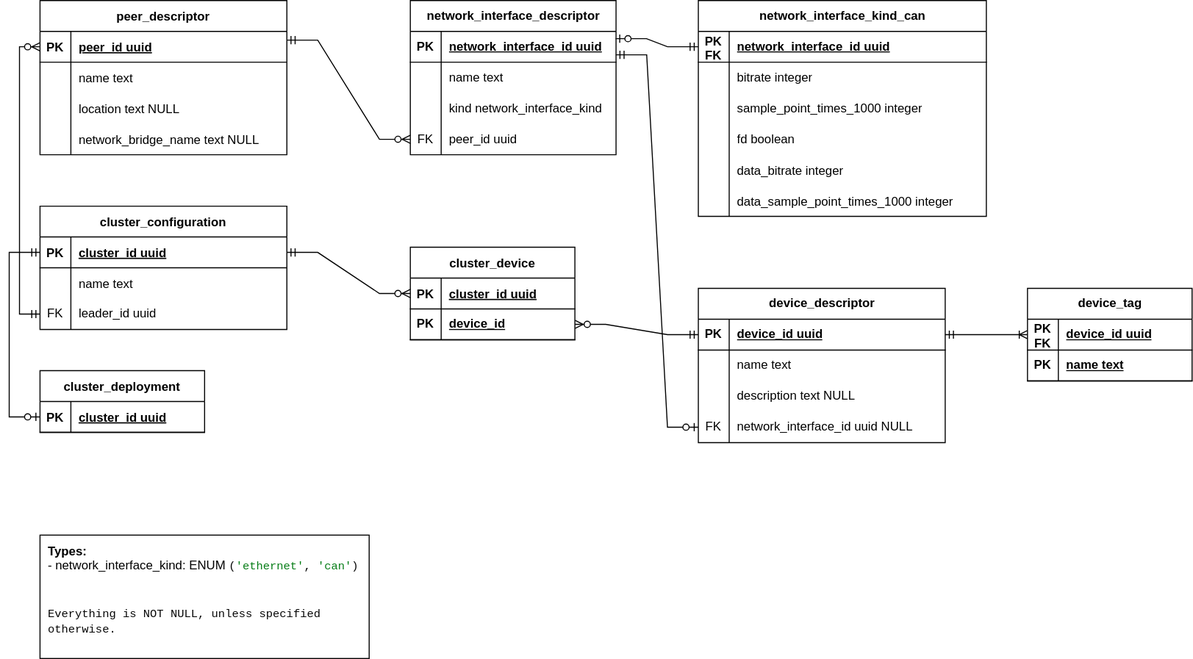
Earlier version of the draw.io export doc/src/architecture/carl/img/database-schema.svg (eclipse-opendut/opendut). Source tidied: cells renumbered, new cells last; positions are measured from the earlier drawing's top-left corner, leaving out a move shared by most shapes.
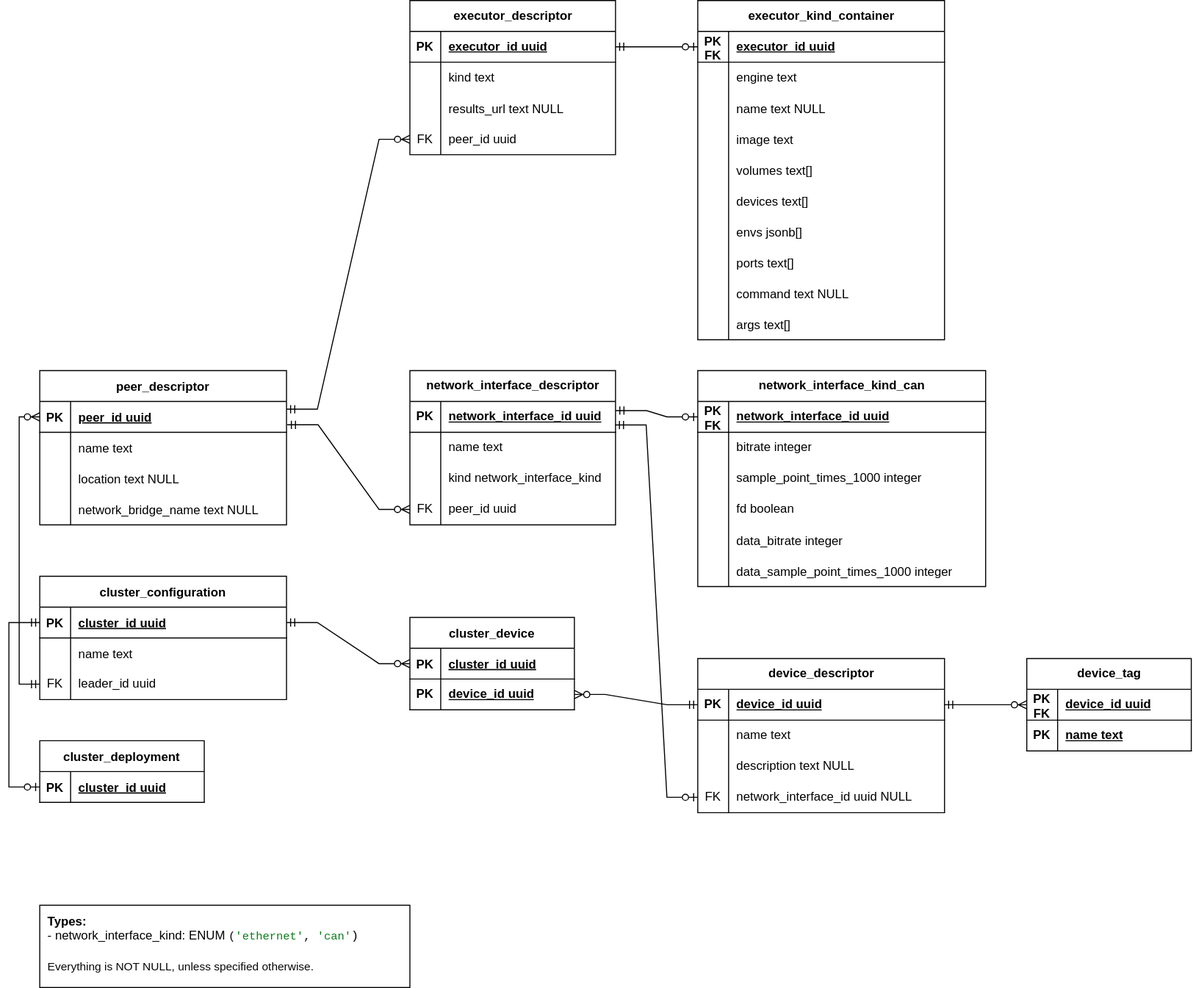
After the change.

The edit, as a diff of the source:
```diff
@@ -80,7 +80,7 @@
     <mxCell id="27" value="peer_id uuid" style="shape=partialRectangle;fillColor=none;top=0;left=0;bottom=0;right=0;align=left;spacingLeft=6;fontStyle=0;overflow=hidden;whiteSpace=wrap;html=1;" parent="25" vertex="1">
       <mxGeometry x="30" width="170" height="30" as="geometry" />
     </mxCell>
-    <mxCell id="28" style="edgeStyle=entityRelationEdgeStyle;fontSize=12;html=1;endArrow=ERzeroToMany;startArrow=ERmandOne;rounded=0;entryX=0;entryY=0.5;entryDx=0;entryDy=0;exitX=1;exitY=0.285;exitDx=0;exitDy=0;exitPerimeter=0;" parent="1" edge="1" source="3" target="25">
+    <mxCell id="28" style="edgeStyle=entityRelationEdgeStyle;fontSize=12;html=1;endArrow=ERzeroToMany;startArrow=ERmandOne;rounded=0;entryX=0;entryY=0.5;entryDx=0;entryDy=0;exitX=1.003;exitY=0.757;exitDx=0;exitDy=0;exitPerimeter=0;" parent="1" edge="1" source="3" target="25">
       <mxGeometry relative="1" as="geometry" />
     </mxCell>
     <mxCell id="29" value="network_interface_kind_can" style="shape=table;startSize=30;rowLines=0;fontStyle=1;align=center;html=1;" parent="1" vertex="1">
@@ -140,11 +140,11 @@
     <mxCell id="47" value="data_sample_point_times_1000 integer" style="shape=partialRectangle;fillColor=none;top=0;left=0;bottom=0;right=0;align=left;spacingLeft=6;overflow=hidden;" parent="45" vertex="1">
       <mxGeometry x="30" width="250" height="30" as="geometry" />
     </mxCell>
-    <mxCell id="48" style="edgeStyle=entityRelationEdgeStyle;fontSize=12;html=1;endArrow=ERzeroToOne;startArrow=ERmandOne;rounded=0;exitX=0;exitY=0.5;exitDx=0;exitDy=0;entryX=0.998;entryY=0.237;entryDx=0;entryDy=0;entryPerimeter=0;" parent="1" edge="1" source="30" target="16">
+    <mxCell id="48" style="edgeStyle=entityRelationEdgeStyle;fontSize=12;html=1;endArrow=ERzeroToOne;startArrow=ERmandOne;rounded=0;exitX=1.001;exitY=0.296;exitDx=0;exitDy=0;entryX=0;entryY=0.5;entryDx=0;entryDy=0;exitPerimeter=0;" parent="1" edge="1" source="16" target="30">
       <mxGeometry relative="1" as="geometry" />
     </mxCell>
-    <mxCell id="49" value="&lt;b&gt;Types:&lt;/b&gt;&lt;br&gt;- network_interface_kind:&amp;nbsp;ENUM &lt;span style=&quot;font-family: &amp;quot;Fira Code&amp;quot;, monospace; font-size: 8.3pt; background-color: rgb(255, 255, 255); color: rgb(8, 8, 8);&quot;&gt;(&lt;/span&gt;&lt;span style=&quot;font-family: &amp;quot;Fira Code&amp;quot;, monospace; font-size: 8.3pt; background-color: rgb(255, 255, 255); color: rgb(6, 125, 23);&quot;&gt;'ethernet'&lt;/span&gt;&lt;span style=&quot;font-family: &amp;quot;Fira Code&amp;quot;, monospace; font-size: 8.3pt; background-color: rgb(255, 255, 255); color: rgb(8, 8, 8);&quot;&gt;, &lt;/span&gt;&lt;span style=&quot;font-family: &amp;quot;Fira Code&amp;quot;, monospace; font-size: 8.3pt; background-color: rgb(255, 255, 255); color: rgb(6, 125, 23);&quot;&gt;'can'&lt;/span&gt;&lt;span style=&quot;font-family: &amp;quot;Fira Code&amp;quot;, monospace; font-size: 8.3pt; background-color: rgb(255, 255, 255); color: rgb(8, 8, 8);&quot;&gt;)&lt;br&gt;&lt;br&gt;&lt;br&gt;Everything is NOT NULL, unless specified otherwise.&lt;br&gt;&lt;/span&gt;" style="text;html=1;strokeColor=default;fillColor=none;align=left;verticalAlign=top;whiteSpace=wrap;rounded=0;spacing=4;spacingTop=0;spacingBottom=0;horizontal=1;spacingLeft=4;glass=0;shadow=0;" parent="1" vertex="1">
-      <mxGeometry x="30" y="520" width="320" height="120" as="geometry" />
+    <mxCell id="49" value="&lt;b&gt;Types:&lt;/b&gt;&lt;br&gt;- network_interface_kind:&amp;nbsp;ENUM &lt;font face=&quot;Courier New&quot;&gt;&lt;span style=&quot;font-size: 8.3pt; background-color: rgb(255, 255, 255); color: rgb(8, 8, 8);&quot;&gt;(&lt;/span&gt;&lt;span style=&quot;font-size: 8.3pt; background-color: rgb(255, 255, 255); color: rgb(6, 125, 23);&quot;&gt;'ethernet'&lt;/span&gt;&lt;span style=&quot;font-size: 8.3pt; background-color: rgb(255, 255, 255); color: rgb(8, 8, 8);&quot;&gt;, &lt;/span&gt;&lt;span style=&quot;font-size: 8.3pt; background-color: rgb(255, 255, 255); color: rgb(6, 125, 23);&quot;&gt;'can'&lt;/span&gt;)&lt;/font&gt;&lt;span style=&quot;font-size: 8.3pt; background-color: rgb(255, 255, 255); color: rgb(8, 8, 8);&quot;&gt;&lt;br&gt;&lt;br&gt;Everything is NOT NULL, unless specified otherwise.&lt;br&gt;&lt;/span&gt;" style="text;html=1;strokeColor=default;fillColor=none;align=left;verticalAlign=top;whiteSpace=wrap;rounded=0;spacing=4;spacingTop=0;spacingBottom=0;horizontal=1;spacingLeft=4;glass=0;shadow=0;" parent="1" vertex="1">
+      <mxGeometry x="30" y="520" width="360" height="80" as="geometry" />
     </mxCell>
     <mxCell id="50" value="device_descriptor" style="shape=table;startSize=30;rowLines=0;fontStyle=1;align=center;html=1;" parent="1" vertex="1">
       <mxGeometry x="670" y="280" width="240" height="150" as="geometry" />
@@ -209,9 +209,6 @@
     <mxCell id="70" style="edgeStyle=entityRelationEdgeStyle;fontSize=12;html=1;endArrow=ERzeroToOne;startArrow=ERmandOne;rounded=0;exitX=0.999;exitY=0.762;exitDx=0;exitDy=0;exitPerimeter=0;entryX=0;entryY=0.5;entryDx=0;entryDy=0;" parent="1" edge="1" source="16" target="60">
       <mxGeometry relative="1" as="geometry" />
     </mxCell>
-    <mxCell id="71" style="edgeStyle=entityRelationEdgeStyle;fontSize=12;html=1;endArrow=ERoneToMany;startArrow=ERmandOne;rounded=0;exitX=1;exitY=0.5;exitDx=0;exitDy=0;entryX=0;entryY=0.5;entryDx=0;entryDy=0;" parent="1" edge="1" source="51" target="64">
-      <mxGeometry relative="1" as="geometry" />
-    </mxCell>
     <mxCell id="72" value="cluster_configuration" style="shape=table;startSize=30;rowLines=0;fontStyle=1;align=center;" parent="1" vertex="1">
       <mxGeometry x="30" y="200" width="240" height="120" as="geometry" />
     </mxCell>
@@ -268,7 +265,7 @@
     <mxCell id="88" value="PK" style="shape=partialRectangle;fillColor=none;top=0;left=0;bottom=0;right=0;fontStyle=1;overflow=hidden;whiteSpace=wrap;html=1;" parent="87" vertex="1">
       <mxGeometry width="30" height="30" as="geometry" />
     </mxCell>
-    <mxCell id="89" value="device_id" style="shape=partialRectangle;fillColor=none;top=0;left=0;bottom=0;right=0;align=left;spacingLeft=6;fontStyle=5;overflow=hidden;whiteSpace=wrap;html=1;" parent="87" vertex="1">
+    <mxCell id="89" value="device_id uuid" style="shape=partialRectangle;fillColor=none;top=0;left=0;bottom=0;right=0;align=left;spacingLeft=6;fontStyle=5;overflow=hidden;whiteSpace=wrap;html=1;" parent="87" vertex="1">
       <mxGeometry x="30" width="130" height="30" as="geometry" />
     </mxCell>
     <mxCell id="90" style="edgeStyle=entityRelationEdgeStyle;fontSize=12;html=1;endArrow=ERzeroToMany;startArrow=ERmandOne;rounded=0;exitX=1;exitY=0.5;exitDx=0;exitDy=0;entryX=0;entryY=0.5;entryDx=0;entryDy=0;" parent="1" edge="1" source="73" target="84">
@@ -297,5 +294,146 @@
         </Array>
       </mxGeometry>
     </mxCell>
+    <mxCell id="97" value="executor_descriptor" style="shape=table;startSize=30;rowLines=0;fontStyle=1;align=center;html=1;" parent="1" vertex="1">
+      <mxGeometry x="390" y="-360" width="200" height="150" as="geometry" />
+    </mxCell>
+    <mxCell id="98" style="shape=tableRow;horizontal=0;startSize=0;swimlaneHead=0;swimlaneBody=0;fillColor=none;points=[[0,0.5],[1,0.5]];portConstraint=eastwest;top=0;left=0;right=0;bottom=1;" parent="97" vertex="1">
+      <mxGeometry y="30" width="200" height="30" as="geometry" />
+    </mxCell>
+    <mxCell id="99" value="PK" style="shape=partialRectangle;fillColor=none;top=0;left=0;bottom=0;right=0;fontStyle=1;overflow=hidden;whiteSpace=wrap;html=1;" parent="98" vertex="1">
+      <mxGeometry width="30" height="30" as="geometry" />
+    </mxCell>
+    <mxCell id="100" value="executor_id uuid" style="shape=partialRectangle;fillColor=none;top=0;left=0;bottom=0;right=0;align=left;spacingLeft=6;fontStyle=5;overflow=hidden;whiteSpace=wrap;html=1;" parent="98" vertex="1">
+      <mxGeometry x="30" width="170" height="30" as="geometry" />
+    </mxCell>
+    <mxCell id="101" style="shape=tableRow;horizontal=0;startSize=0;swimlaneHead=0;swimlaneBody=0;fillColor=none;top=0;left=0;right=0;bottom=0;" parent="97" vertex="1">
+      <mxGeometry y="60" width="200" height="30" as="geometry" />
+    </mxCell>
+    <mxCell id="102" style="shape=partialRectangle;fillColor=none;top=0;left=0;bottom=0;right=0;overflow=hidden;whiteSpace=wrap;html=1;" parent="101" vertex="1">
+      <mxGeometry width="30" height="30" as="geometry" />
+    </mxCell>
+    <mxCell id="103" value="kind text" style="shape=partialRectangle;fillColor=none;top=0;left=0;bottom=0;right=0;align=left;spacingLeft=6;overflow=hidden;whiteSpace=wrap;html=1;" parent="101" vertex="1">
+      <mxGeometry x="30" width="170" height="30" as="geometry" />
+    </mxCell>
+    <mxCell id="104" style="shape=tableRow;horizontal=0;startSize=0;swimlaneHead=0;swimlaneBody=0;fillColor=none;top=0;left=0;right=0;bottom=0;" parent="97" vertex="1">
+      <mxGeometry y="90" width="200" height="30" as="geometry" />
+    </mxCell>
+    <mxCell id="105" style="shape=partialRectangle;fillColor=none;top=0;left=0;bottom=0;right=0;overflow=hidden;" parent="104" vertex="1">
+      <mxGeometry width="30" height="30" as="geometry" />
+    </mxCell>
+    <mxCell id="106" value="results_url text NULL" style="shape=partialRectangle;fillColor=none;top=0;left=0;bottom=0;right=0;align=left;spacingLeft=6;overflow=hidden;" parent="104" vertex="1">
+      <mxGeometry x="30" width="170" height="30" as="geometry" />
+    </mxCell>
+    <mxCell id="107" style="shape=tableRow;horizontal=0;startSize=0;swimlaneHead=0;swimlaneBody=0;fillColor=none;points=[[0,0.5],[1,0.5]];portConstraint=eastwest;top=0;left=0;right=0;bottom=0;" parent="97" vertex="1">
+      <mxGeometry y="120" width="200" height="30" as="geometry" />
+    </mxCell>
+    <mxCell id="108" value="FK" style="shape=partialRectangle;fillColor=none;top=0;left=0;bottom=0;right=0;fontStyle=0;overflow=hidden;whiteSpace=wrap;html=1;" parent="107" vertex="1">
+      <mxGeometry width="30" height="30" as="geometry" />
+    </mxCell>
+    <mxCell id="109" value="peer_id uuid" style="shape=partialRectangle;fillColor=none;top=0;left=0;bottom=0;right=0;align=left;spacingLeft=6;fontStyle=0;overflow=hidden;whiteSpace=wrap;html=1;" parent="107" vertex="1">
+      <mxGeometry x="30" width="170" height="30" as="geometry" />
+    </mxCell>
+    <mxCell id="110" value="executor_kind_container" style="shape=table;startSize=30;rowLines=0;fontStyle=1;align=center;html=1;" parent="1" vertex="1">
+      <mxGeometry x="670" y="-360" width="240" height="330" as="geometry" />
+    </mxCell>
+    <mxCell id="111" style="shape=tableRow;horizontal=0;startSize=0;swimlaneHead=0;swimlaneBody=0;fillColor=none;points=[[0,0.5],[1,0.5]];portConstraint=eastwest;top=0;left=0;right=0;bottom=1;" parent="110" vertex="1">
+      <mxGeometry y="30" width="240" height="30" as="geometry" />
+    </mxCell>
+    <mxCell id="112" value="PK&lt;br&gt;FK" style="shape=partialRectangle;fillColor=none;top=0;left=0;bottom=0;right=0;fontStyle=1;overflow=hidden;whiteSpace=wrap;html=1;" parent="111" vertex="1">
+      <mxGeometry width="30" height="30" as="geometry" />
+    </mxCell>
+    <mxCell id="113" value="executor_id uuid" style="shape=partialRectangle;fillColor=none;top=0;left=0;bottom=0;right=0;align=left;spacingLeft=6;fontStyle=5;overflow=hidden;whiteSpace=wrap;html=1;" parent="111" vertex="1">
+      <mxGeometry x="30" width="210" height="30" as="geometry" />
+    </mxCell>
+    <mxCell id="114" style="shape=tableRow;horizontal=0;startSize=0;swimlaneHead=0;swimlaneBody=0;fillColor=none;top=0;left=0;right=0;bottom=0;" parent="110" vertex="1">
+      <mxGeometry y="60" width="240" height="30" as="geometry" />
+    </mxCell>
+    <mxCell id="115" style="shape=partialRectangle;fillColor=none;top=0;left=0;bottom=0;right=0;overflow=hidden;whiteSpace=wrap;html=1;" parent="114" vertex="1">
+      <mxGeometry width="30" height="30" as="geometry" />
+    </mxCell>
+    <mxCell id="116" value="engine&amp;nbsp;text" style="shape=partialRectangle;fillColor=none;top=0;left=0;bottom=0;right=0;align=left;spacingLeft=6;overflow=hidden;whiteSpace=wrap;html=1;" parent="114" vertex="1">
+      <mxGeometry x="30" width="210" height="30" as="geometry" />
+    </mxCell>
+    <mxCell id="117" style="shape=tableRow;horizontal=0;startSize=0;swimlaneHead=0;swimlaneBody=0;fillColor=none;top=0;left=0;right=0;bottom=0;" parent="110" vertex="1">
+      <mxGeometry y="90" width="240" height="30" as="geometry" />
+    </mxCell>
+    <mxCell id="118" style="shape=partialRectangle;fillColor=none;top=0;left=0;bottom=0;right=0;overflow=hidden;" parent="117" vertex="1">
+      <mxGeometry width="30" height="30" as="geometry" />
+    </mxCell>
+    <mxCell id="119" value="name text NULL" style="shape=partialRectangle;fillColor=none;top=0;left=0;bottom=0;right=0;align=left;spacingLeft=6;overflow=hidden;" parent="117" vertex="1">
+      <mxGeometry x="30" width="210" height="30" as="geometry" />
+    </mxCell>
+    <mxCell id="120" style="shape=tableRow;horizontal=0;startSize=0;swimlaneHead=0;swimlaneBody=0;fillColor=none;top=0;left=0;right=0;bottom=0;" parent="110" vertex="1">
+      <mxGeometry y="120" width="240" height="30" as="geometry" />
+    </mxCell>
+    <mxCell id="121" style="shape=partialRectangle;fillColor=none;top=0;left=0;bottom=0;right=0;overflow=hidden;" parent="120" vertex="1">
+      <mxGeometry width="30" height="30" as="geometry" />
+    </mxCell>
+    <mxCell id="122" value="image text" style="shape=partialRectangle;fillColor=none;top=0;left=0;bottom=0;right=0;align=left;spacingLeft=6;overflow=hidden;" parent="120" vertex="1">
+      <mxGeometry x="30" width="210" height="30" as="geometry" />
+    </mxCell>
+    <mxCell id="123" style="shape=tableRow;horizontal=0;startSize=0;swimlaneHead=0;swimlaneBody=0;fillColor=none;top=0;left=0;right=0;bottom=0;" parent="110" vertex="1">
+      <mxGeometry y="150" width="240" height="30" as="geometry" />
+    </mxCell>
+    <mxCell id="124" style="shape=partialRectangle;fillColor=none;top=0;left=0;bottom=0;right=0;overflow=hidden;" parent="123" vertex="1">
+      <mxGeometry width="30" height="30" as="geometry" />
+    </mxCell>
+    <mxCell id="125" value="volumes text[]" style="shape=partialRectangle;fillColor=none;top=0;left=0;bottom=0;right=0;align=left;spacingLeft=6;overflow=hidden;" parent="123" vertex="1">
+      <mxGeometry x="30" width="210" height="30" as="geometry" />
+    </mxCell>
+    <mxCell id="126" style="shape=tableRow;horizontal=0;startSize=0;swimlaneHead=0;swimlaneBody=0;fillColor=none;top=0;left=0;right=0;bottom=0;" parent="110" vertex="1">
+      <mxGeometry y="180" width="240" height="30" as="geometry" />
+    </mxCell>
+    <mxCell id="127" style="shape=partialRectangle;fillColor=none;top=0;left=0;bottom=0;right=0;overflow=hidden;" parent="126" vertex="1">
+      <mxGeometry width="30" height="30" as="geometry" />
+    </mxCell>
+    <mxCell id="128" value="devices text[]" style="shape=partialRectangle;fillColor=none;top=0;left=0;bottom=0;right=0;align=left;spacingLeft=6;overflow=hidden;" parent="126" vertex="1">
+      <mxGeometry x="30" width="210" height="30" as="geometry" />
+    </mxCell>
+    <mxCell id="129" style="shape=tableRow;horizontal=0;startSize=0;swimlaneHead=0;swimlaneBody=0;fillColor=none;top=0;left=0;right=0;bottom=0;" parent="110" vertex="1">
+      <mxGeometry y="210" width="240" height="30" as="geometry" />
+    </mxCell>
+    <mxCell id="130" style="shape=partialRectangle;fillColor=none;top=0;left=0;bottom=0;right=0;overflow=hidden;" parent="129" vertex="1">
+      <mxGeometry width="30" height="30" as="geometry" />
+    </mxCell>
+    <mxCell id="131" value="envs jsonb[]" style="shape=partialRectangle;fillColor=none;top=0;left=0;bottom=0;right=0;align=left;spacingLeft=6;overflow=hidden;" parent="129" vertex="1">
+      <mxGeometry x="30" width="210" height="30" as="geometry" />
+    </mxCell>
+    <mxCell id="132" style="shape=tableRow;horizontal=0;startSize=0;swimlaneHead=0;swimlaneBody=0;fillColor=none;top=0;left=0;right=0;bottom=0;" parent="110" vertex="1">
+      <mxGeometry y="240" width="240" height="30" as="geometry" />
+    </mxCell>
+    <mxCell id="133" style="shape=partialRectangle;fillColor=none;top=0;left=0;bottom=0;right=0;overflow=hidden;" parent="132" vertex="1">
+      <mxGeometry width="30" height="30" as="geometry" />
+    </mxCell>
+    <mxCell id="134" value="ports text[]" style="shape=partialRectangle;fillColor=none;top=0;left=0;bottom=0;right=0;align=left;spacingLeft=6;overflow=hidden;" parent="132" vertex="1">
+      <mxGeometry x="30" width="210" height="30" as="geometry" />
+    </mxCell>
+    <mxCell id="135" style="shape=tableRow;horizontal=0;startSize=0;swimlaneHead=0;swimlaneBody=0;fillColor=none;top=0;left=0;right=0;bottom=0;" parent="110" vertex="1">
+      <mxGeometry y="270" width="240" height="30" as="geometry" />
+    </mxCell>
+    <mxCell id="136" style="shape=partialRectangle;fillColor=none;top=0;left=0;bottom=0;right=0;overflow=hidden;" parent="135" vertex="1">
+      <mxGeometry width="30" height="30" as="geometry" />
+    </mxCell>
+    <mxCell id="137" value="command text NULL" style="shape=partialRectangle;fillColor=none;top=0;left=0;bottom=0;right=0;align=left;spacingLeft=6;overflow=hidden;" parent="135" vertex="1">
+      <mxGeometry x="30" width="210" height="30" as="geometry" />
+    </mxCell>
+    <mxCell id="138" style="shape=tableRow;horizontal=0;startSize=0;swimlaneHead=0;swimlaneBody=0;fillColor=none;top=0;left=0;right=0;bottom=0;" parent="110" vertex="1">
+      <mxGeometry y="300" width="240" height="30" as="geometry" />
+    </mxCell>
+    <mxCell id="139" style="shape=partialRectangle;fillColor=none;top=0;left=0;bottom=0;right=0;overflow=hidden;" parent="138" vertex="1">
+      <mxGeometry width="30" height="30" as="geometry" />
+    </mxCell>
+    <mxCell id="140" value="args text[]" style="shape=partialRectangle;fillColor=none;top=0;left=0;bottom=0;right=0;align=left;spacingLeft=6;overflow=hidden;" parent="138" vertex="1">
+      <mxGeometry x="30" width="210" height="30" as="geometry" />
+    </mxCell>
+    <mxCell id="71" style="edgeStyle=entityRelationEdgeStyle;fontSize=12;html=1;endArrow=ERzeroToMany;startArrow=ERmandOne;rounded=0;entryX=0;entryY=0.5;entryDx=0;entryDy=0;exitX=1;exitY=0.5;exitDx=0;exitDy=0;" parent="1" edge="1" source="51" target="64">
+      <mxGeometry relative="1" as="geometry" />
+    </mxCell>
+    <mxCell id="141" style="edgeStyle=entityRelationEdgeStyle;fontSize=12;html=1;endArrow=ERzeroToOne;startArrow=ERmandOne;rounded=0;exitX=1;exitY=0.5;exitDx=0;exitDy=0;entryX=0;entryY=0.5;entryDx=0;entryDy=0;" parent="1" edge="1" source="98" target="111">
+      <mxGeometry relative="1" as="geometry" />
+    </mxCell>
+    <mxCell id="142" style="edgeStyle=entityRelationEdgeStyle;fontSize=12;html=1;endArrow=ERzeroToMany;startArrow=ERmandOne;rounded=0;exitX=1;exitY=0.25;exitDx=0;exitDy=0;entryX=0;entryY=0.5;entryDx=0;entryDy=0;" parent="1" edge="1" source="2" target="107">
+      <mxGeometry relative="1" as="geometry" />
+    </mxCell>
   </root>
 </mxGraphModel>
```
